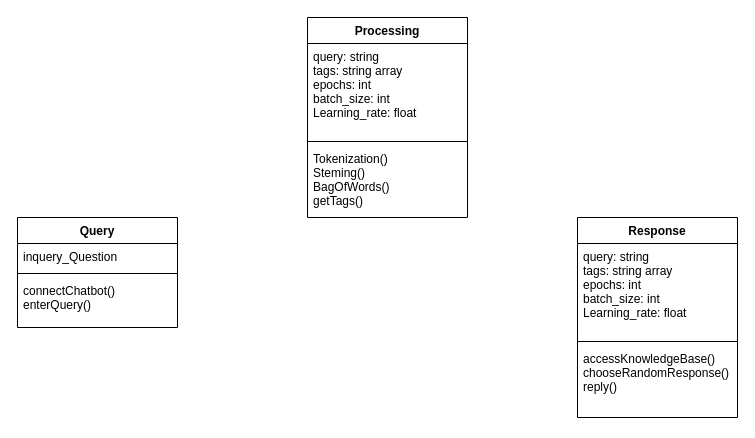
Above: class diagram.drawio in HaseebSheikh417/FYP-Chatbot (draw.io), before the change. Source tidied: cells renumbered, new cells numbered last; positions are measured from the earlier drawing's top-left corner, leaving out a move shared by most shapes. Both pictures are drawn from the tidied source at 100%, with x=0, y=0 at pixel (17, 17).
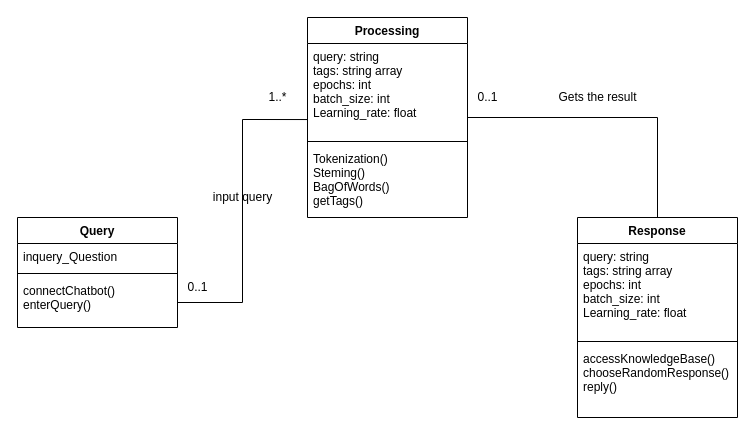
The same page after the edit.

The change refers to these unchanged cells:
```xml
<mxCell id="5" value="connectChatbot()&#10;enterQuery()" style="text;strokeColor=none;fillColor=none;align=left;verticalAlign=top;spacingLeft=4;spacingRight=4;overflow=hidden;points=[[0,0.5],[1,0.5]];portConstraint=eastwest;" parent="2" vertex="1">
  <mxGeometry y="60" width="160" height="50" as="geometry" />
</mxCell>
<mxCell id="7" value="query: string&#10;tags: string array&#10;epochs: int&#10;batch_size: int&#10;Learning_rate: float" style="text;strokeColor=none;fillColor=none;align=left;verticalAlign=top;spacingLeft=4;spacingRight=4;overflow=hidden;points=[[0,0.5],[1,0.5]];portConstraint=eastwest;" parent="6" vertex="1">
  <mxGeometry y="26" width="160" height="94" as="geometry" />
</mxCell>
<mxCell id="10" value="Response" style="swimlane;fontStyle=1;align=center;verticalAlign=top;horizontal=1;startSize=26;" parent="1" vertex="1">
  <mxGeometry x="560" y="200" width="160" height="200" as="geometry" />
</mxCell>
```

The edit, as a diff of the source:
```diff
@@
+    <mxCell id="14" style="edgeStyle=orthogonalEdgeStyle;rounded=0;jettySize=auto;html=1;entryX=0;entryY=0.809;entryDx=0;entryDy=0;entryPerimeter=0;endArrow=none;endFill=0;" parent="1" edge="1" source="5" target="7">
+      <mxGeometry relative="1" as="geometry" />
+    </mxCell>
+    <mxCell id="15" value="0..1" style="text;html=1;align=center;verticalAlign=middle;" parent="1" vertex="1">
+      <mxGeometry x="160" y="260" width="40" height="20" as="geometry" />
+    </mxCell>
+    <mxCell id="16" value="input query" style="text;html=1;align=center;verticalAlign=middle;" parent="1" vertex="1">
+      <mxGeometry x="190" y="170" width="70" height="20" as="geometry" />
+    </mxCell>
+    <mxCell id="17" value="1..*" style="text;html=1;align=center;verticalAlign=middle;" parent="1" vertex="1">
+      <mxGeometry x="245" y="70" width="30" height="20" as="geometry" />
+    </mxCell>
+    <mxCell id="18" style="edgeStyle=orthogonalEdgeStyle;rounded=0;jettySize=auto;html=1;entryX=0.5;entryY=0;entryDx=0;entryDy=0;endArrow=none;endFill=0;" parent="1" edge="1" source="7" target="10">
+      <mxGeometry relative="1" as="geometry">
+        <Array as="points">
+          <mxPoint x="640" y="100" />
+        </Array>
+      </mxGeometry>
+    </mxCell>
+    <mxCell id="19" value="Gets the result" style="text;html=1;align=center;verticalAlign=middle;" parent="1" vertex="1">
+      <mxGeometry x="535" y="70" width="90" height="20" as="geometry" />
+    </mxCell>
+    <mxCell id="20" value="0..1" style="text;html=1;align=center;verticalAlign=middle;" parent="1" vertex="1">
+      <mxGeometry x="450" y="70" width="40" height="20" as="geometry" />
+    </mxCell>
```
